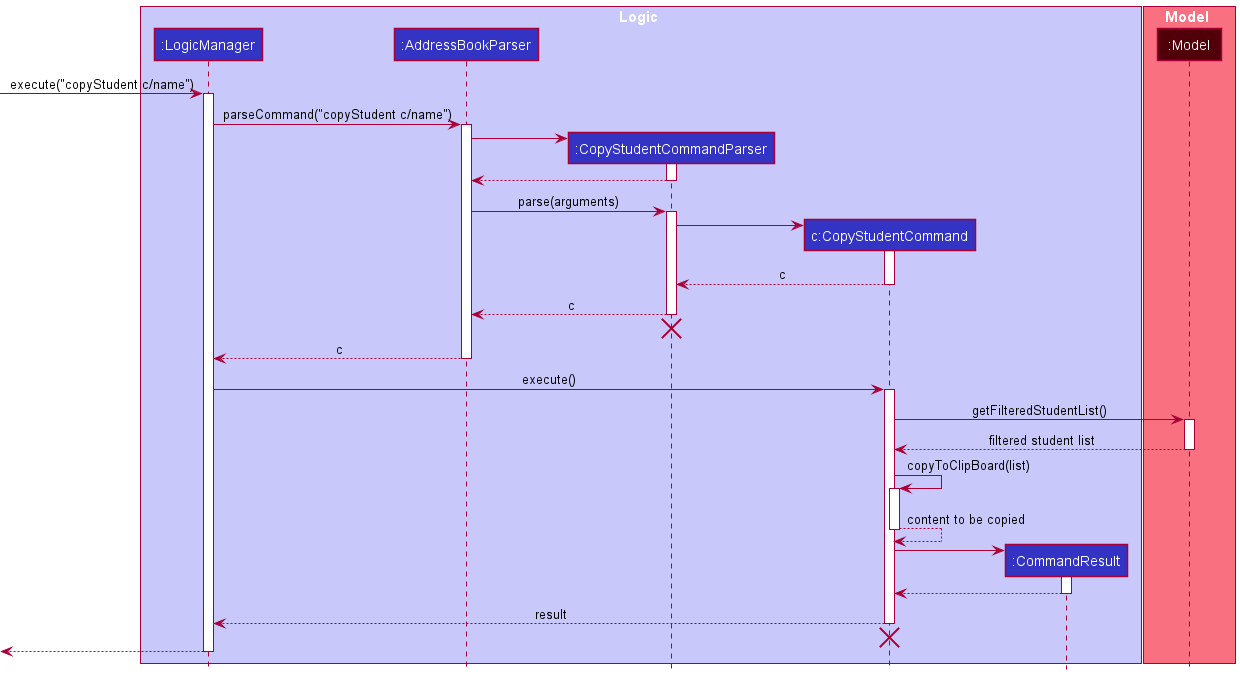
Above: docs/images/CopySequenceDiagram.png in random689/tp (PlantUML), before the change.
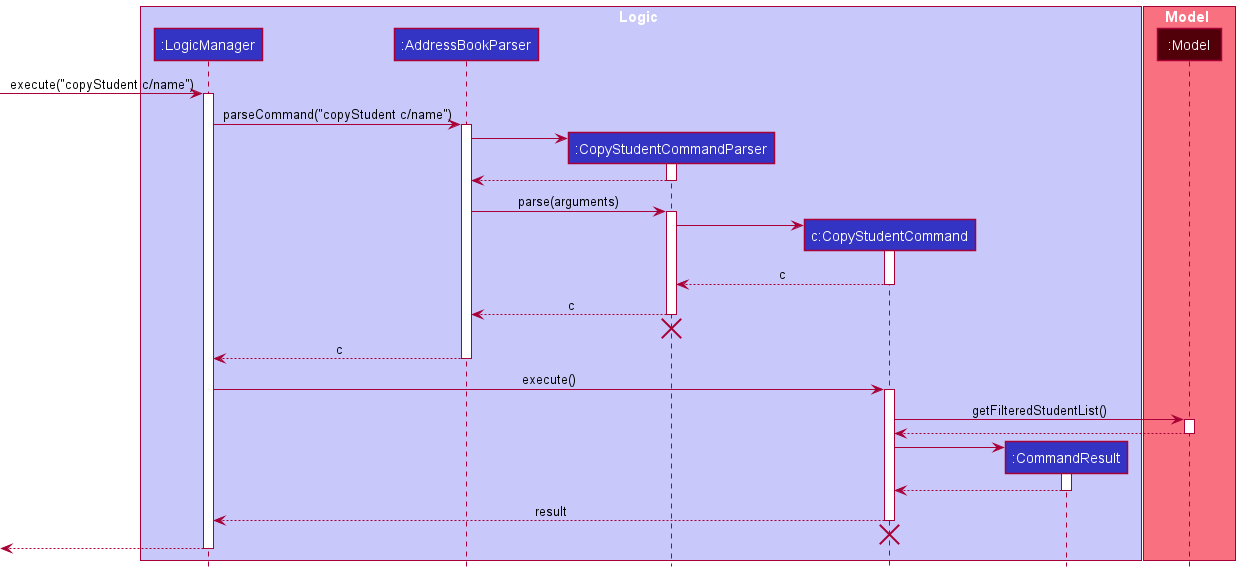
After the change.

Change to the diagram source:
```diff
@@ -50,14 +50,8 @@
 CopyStudentCommand -> Model : getFilteredStudentList()
 activate Model
 
-Model --> CopyStudentCommand : filtered student list
+Model --> CopyStudentCommand
 deactivate Model
-
-CopyStudentCommand -> CopyStudentCommand : copyToClipBoard(list)
-activate CopyStudentCommand
-
-CopyStudentCommand --> CopyStudentCommand : content to be copied
-deactivate CopyStudentCommand
 
 create CommandResult
 CopyStudentCommand -> CommandResult
```
